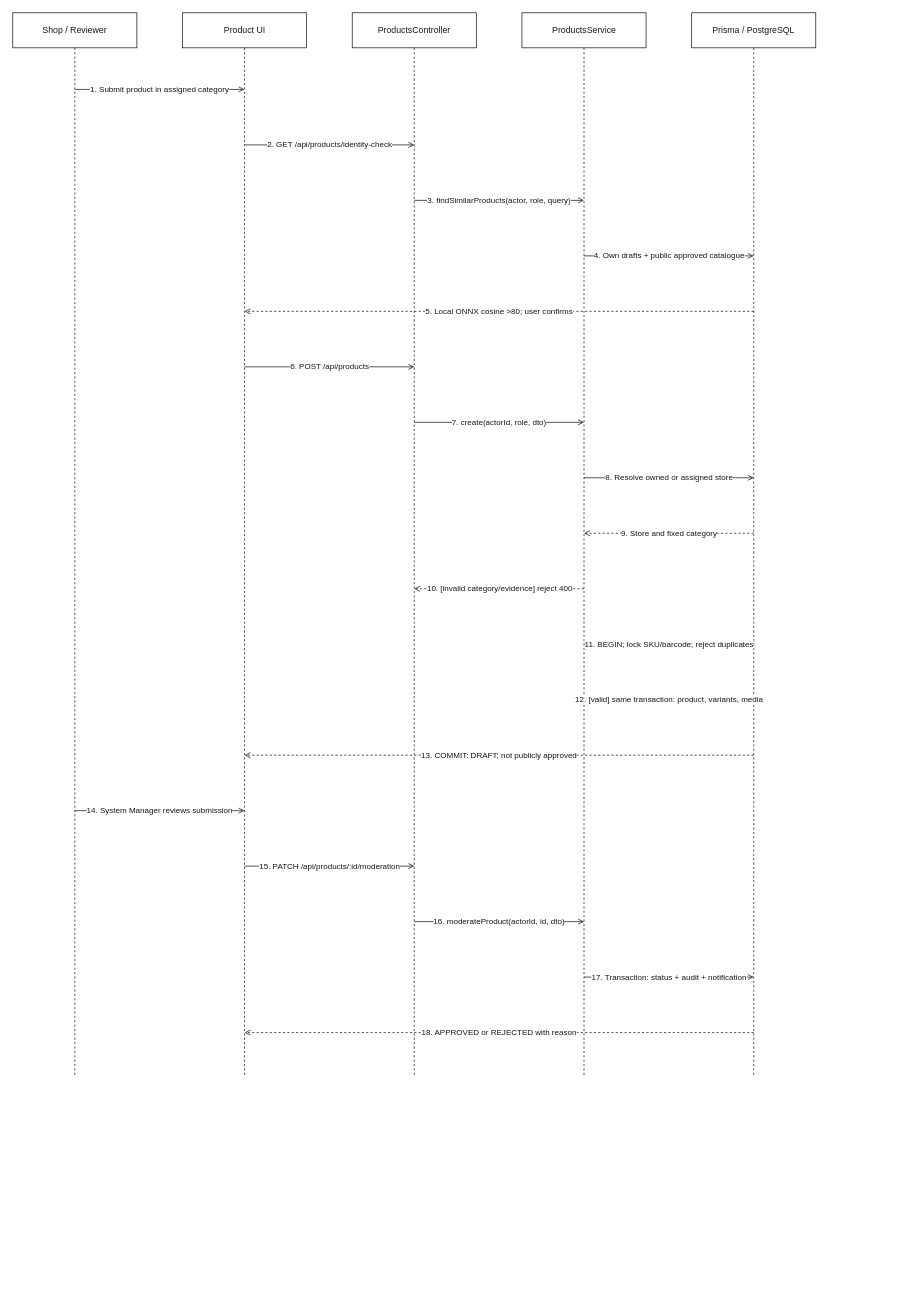
This is page "Product Submission and Moderation" (1 of 5) of docs/thinh-flow-2-3/diagrams/Sequence-Diagram.drawio from thang-nt25/SCANMS-project-capstone-fall26, a draw.io file, before an edit. Source tidied: cells renumbered, new cells numbered last; positions are measured from the earlier drawing's top-left corner, leaving out a move shared by most shapes. Both pictures are drawn from the tidied source at 73%, with x=0, y=0 at pixel (12, 12).
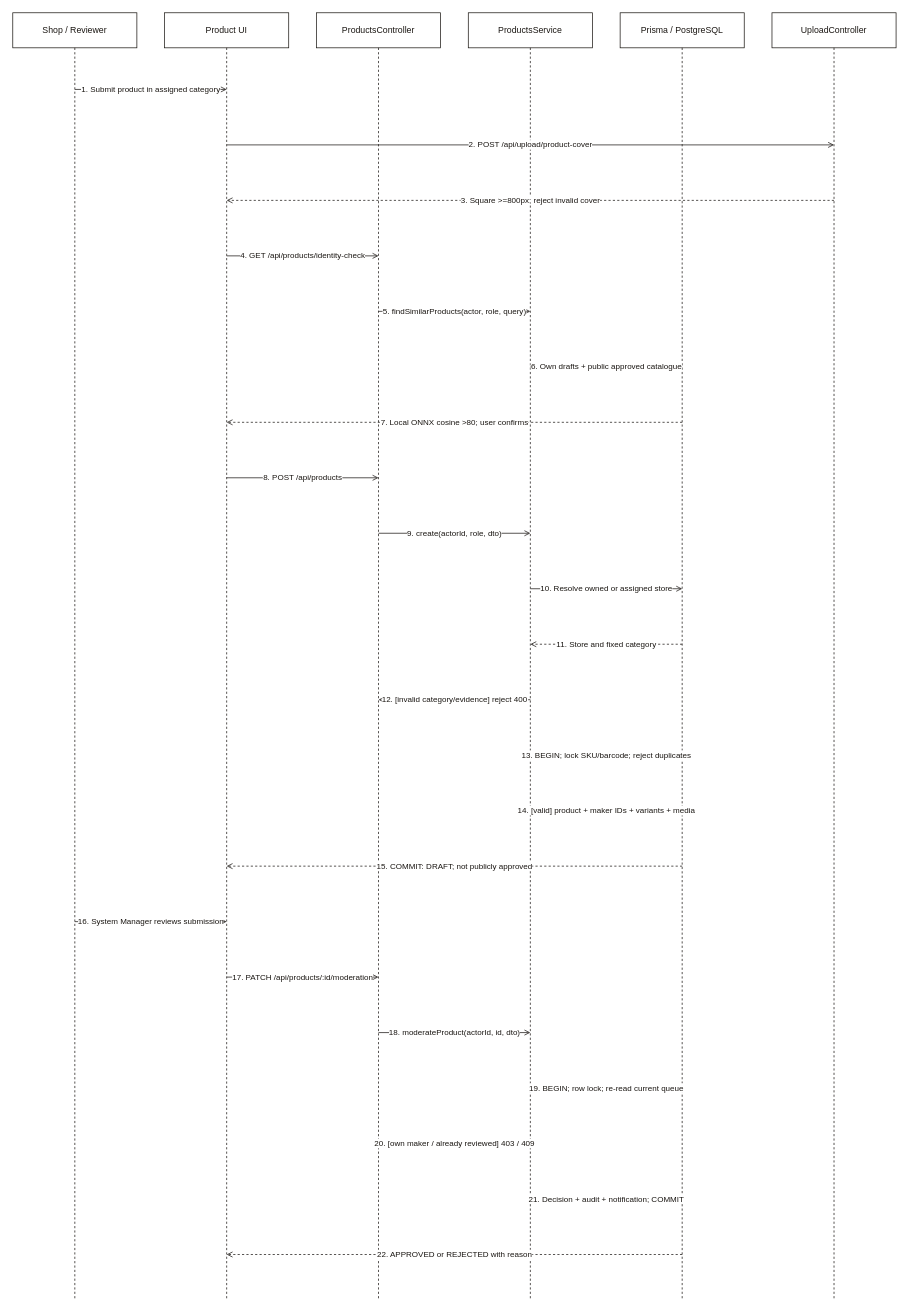
The same page after the edit.

Change to the diagram source:
```diff
@@
     <mxCell id="2" value="Shop / Reviewer" style="shape=umlLifeline;html=1;perimeter=lifelinePerimeter;whiteSpace=wrap;fillColor=#FFFFFF;strokeColor=#1A1612;fontColor=#1A1612;size=48;" parent="1" vertex="1">
-      <mxGeometry width="170" height="1458" as="geometry" />
+      <mxGeometry width="170" height="1762" as="geometry" />
     </mxCell>
     <mxCell id="3" value="Product UI" style="shape=umlLifeline;html=1;perimeter=lifelinePerimeter;whiteSpace=wrap;fillColor=#FFFFFF;strokeColor=#1A1612;fontColor=#1A1612;size=48;" parent="1" vertex="1">
-      <mxGeometry x="232.5" width="170" height="1458" as="geometry" />
+      <mxGeometry x="208" width="170" height="1762" as="geometry" />
     </mxCell>
     <mxCell id="4" value="ProductsController" style="shape=umlLifeline;html=1;perimeter=lifelinePerimeter;whiteSpace=wrap;fillColor=#FFFFFF;strokeColor=#1A1612;fontColor=#1A1612;size=48;" parent="1" vertex="1">
-      <mxGeometry x="465" width="170" height="1458" as="geometry" />
+      <mxGeometry x="416" width="170" height="1762" as="geometry" />
     </mxCell>
     <mxCell id="5" value="ProductsService" style="shape=umlLifeline;html=1;perimeter=lifelinePerimeter;whiteSpace=wrap;fillColor=#FFFFFF;strokeColor=#1A1612;fontColor=#1A1612;size=48;" parent="1" vertex="1">
-      <mxGeometry x="697.5" width="170" height="1458" as="geometry" />
+      <mxGeometry x="624" width="170" height="1762" as="geometry" />
     </mxCell>
     <mxCell id="6" value="Prisma / PostgreSQL" style="shape=umlLifeline;html=1;perimeter=lifelinePerimeter;whiteSpace=wrap;fillColor=#FFFFFF;strokeColor=#1A1612;fontColor=#1A1612;size=48;" parent="1" vertex="1">
-      <mxGeometry x="930" width="170" height="1458" as="geometry" />
+      <mxGeometry x="832" width="170" height="1762" as="geometry" />
     </mxCell>
+    <mxCell id="25" value="UploadController" style="shape=umlLifeline;html=1;perimeter=lifelinePerimeter;whiteSpace=wrap;fillColor=#FFFFFF;strokeColor=#1A1612;fontColor=#1A1612;size=48;" parent="1" vertex="1">
+      <mxGeometry x="1040" width="170" height="1762" as="geometry" />
+    </mxCell>
     <mxCell id="7" value="1. Submit product in assigned category" style="html=1;endArrow=open;strokeColor=#1A1612;fontColor=#1A1612;labelBackgroundColor=#FFFFFF;" parent="1" edge="1">
       <mxGeometry relative="1" as="geometry">
         <mxPoint x="85" y="105" as="sourcePoint" />
-        <mxPoint x="317.5" y="105" as="targetPoint" />
+        <mxPoint x="293" y="105" as="targetPoint" />
       </mxGeometry>
     </mxCell>
-    <mxCell id="8" value="2. GET /api/products/identity-check" style="html=1;endArrow=open;strokeColor=#1A1612;fontColor=#1A1612;labelBackgroundColor=#FFFFFF;" parent="1" edge="1">
+    <mxCell id="8" value="2. POST /api/upload/product-cover" style="html=1;endArrow=open;strokeColor=#1A1612;fontColor=#1A1612;labelBackgroundColor=#FFFFFF;" parent="1" edge="1">
       <mxGeometry relative="1" as="geometry">
-        <mxPoint x="317.5" y="181" as="sourcePoint" />
-        <mxPoint x="550" y="181" as="targetPoint" />
+        <mxPoint x="293" y="181" as="sourcePoint" />
+        <mxPoint x="1125" y="181" as="targetPoint" />
       </mxGeometry>
     </mxCell>
-    <mxCell id="9" value="3. findSimilarProducts(actor, role, query)" style="html=1;endArrow=open;strokeColor=#1A1612;fontColor=#1A1612;labelBackgroundColor=#FFFFFF;" parent="1" edge="1">
+    <mxCell id="9" value="3. Square &gt;=800px; reject invalid cover" style="html=1;endArrow=open;strokeColor=#1A1612;fontColor=#1A1612;labelBackgroundColor=#FFFFFF;dashed=1;" parent="1" edge="1">
       <mxGeometry relative="1" as="geometry">
-        <mxPoint x="550" y="257" as="sourcePoint" />
-        <mxPoint x="782.5" y="257" as="targetPoint" />
+        <mxPoint x="1125" y="257" as="sourcePoint" />
+        <mxPoint x="293" y="257" as="targetPoint" />
       </mxGeometry>
     </mxCell>
-    <mxCell id="10" value="4. Own drafts + public approved catalogue" style="html=1;endArrow=open;strokeColor=#1A1612;fontColor=#1A1612;labelBackgroundColor=#FFFFFF;" parent="1" edge="1">
+    <mxCell id="10" value="4. GET /api/products/identity-check" style="html=1;endArrow=open;strokeColor=#1A1612;fontColor=#1A1612;labelBackgroundColor=#FFFFFF;" parent="1" edge="1">
       <mxGeometry relative="1" as="geometry">
-        <mxPoint x="782.5" y="333" as="sourcePoint" />
-        <mxPoint x="1015" y="333" as="targetPoint" />
+        <mxPoint x="293" y="333" as="sourcePoint" />
+        <mxPoint x="501" y="333" as="targetPoint" />
       </mxGeometry>
     </mxCell>
-    <mxCell id="11" value="5. Local ONNX cosine &gt;80; user confirms" style="html=1;endArrow=open;strokeColor=#1A1612;fontColor=#1A1612;labelBackgroundColor=#FFFFFF;dashed=1;" parent="1" edge="1">
+    <mxCell id="11" value="5. findSimilarProducts(actor, role, query)" style="html=1;endArrow=open;strokeColor=#1A1612;fontColor=#1A1612;labelBackgroundColor=#FFFFFF;" parent="1" edge="1">
       <mxGeometry relative="1" as="geometry">
-        <mxPoint x="1015" y="409" as="sourcePoint" />
-        <mxPoint x="317.5" y="409" as="targetPoint" />
+        <mxPoint x="501" y="409" as="sourcePoint" />
+        <mxPoint x="709" y="409" as="targetPoint" />
       </mxGeometry>
     </mxCell>
-    <mxCell id="12" value="6. POST /api/products" style="html=1;endArrow=open;strokeColor=#1A1612;fontColor=#1A1612;labelBackgroundColor=#FFFFFF;" parent="1" edge="1">
+    <mxCell id="12" value="6. Own drafts + public approved catalogue" style="html=1;endArrow=open;strokeColor=#1A1612;fontColor=#1A1612;labelBackgroundColor=#FFFFFF;" parent="1" edge="1">
       <mxGeometry relative="1" as="geometry">
-        <mxPoint x="317.5" y="485" as="sourcePoint" />
-        <mxPoint x="550" y="485" as="targetPoint" />
+        <mxPoint x="709" y="485" as="sourcePoint" />
+        <mxPoint x="917" y="485" as="targetPoint" />
       </mxGeometry>
     </mxCell>
-    <mxCell id="13" value="7. create(actorId, role, dto)" style="html=1;endArrow=open;strokeColor=#1A1612;fontColor=#1A1612;labelBackgroundColor=#FFFFFF;" parent="1" edge="1">
+    <mxCell id="13" value="7. Local ONNX cosine &gt;80; user confirms" style="html=1;endArrow=open;strokeColor=#1A1612;fontColor=#1A1612;labelBackgroundColor=#FFFFFF;dashed=1;" parent="1" edge="1">
       <mxGeometry relative="1" as="geometry">
-        <mxPoint x="550" y="561" as="sourcePoint" />
-        <mxPoint x="782.5" y="561" as="targetPoint" />
+        <mxPoint x="917" y="561" as="sourcePoint" />
+        <mxPoint x="293" y="561" as="targetPoint" />
       </mxGeometry>
     </mxCell>
-    <mxCell id="14" value="8. Resolve owned or assigned store" style="html=1;endArrow=open;strokeColor=#1A1612;fontColor=#1A1612;labelBackgroundColor=#FFFFFF;" parent="1" edge="1">
+    <mxCell id="14" value="8. POST /api/products" style="html=1;endArrow=open;strokeColor=#1A1612;fontColor=#1A1612;labelBackgroundColor=#FFFFFF;" parent="1" edge="1">
       <mxGeometry relative="1" as="geometry">
-        <mxPoint x="782.5" y="637" as="sourcePoint" />
-        <mxPoint x="1015" y="637" as="targetPoint" />
+        <mxPoint x="293" y="637" as="sourcePoint" />
+        <mxPoint x="501" y="637" as="targetPoint" />
       </mxGeometry>
     </mxCell>
-    <mxCell id="15" value="9. Store and fixed category" style="html=1;endArrow=open;strokeColor=#1A1612;fontColor=#1A1612;labelBackgroundColor=#FFFFFF;dashed=1;" parent="1" edge="1">
+    <mxCell id="15" value="9. create(actorId, role, dto)" style="html=1;endArrow=open;strokeColor=#1A1612;fontColor=#1A1612;labelBackgroundColor=#FFFFFF;" parent="1" edge="1">
       <mxGeometry relative="1" as="geometry">
-        <mxPoint x="1015" y="713" as="sourcePoint" />
-        <mxPoint x="782.5" y="713" as="targetPoint" />
+        <mxPoint x="501" y="713" as="sourcePoint" />
+        <mxPoint x="709" y="713" as="targetPoint" />
       </mxGeometry>
     </mxCell>
-    <mxCell id="16" value="10. [invalid category/evidence] reject 400" style="html=1;endArrow=open;strokeColor=#1A1612;fontColor=#1A1612;labelBackgroundColor=#FFFFFF;dashed=1;" parent="1" edge="1">
+    <mxCell id="16" value="10. Resolve owned or assigned store" style="html=1;endArrow=open;strokeColor=#1A1612;fontColor=#1A1612;labelBackgroundColor=#FFFFFF;" parent="1" edge="1">
       <mxGeometry relative="1" as="geometry">
-        <mxPoint x="782.5" y="789" as="sourcePoint" />
-        <mxPoint x="550" y="789" as="targetPoint" />
+        <mxPoint x="709" y="789" as="sourcePoint" />
+        <mxPoint x="917" y="789" as="targetPoint" />
       </mxGeometry>
     </mxCell>
-    <mxCell id="17" value="11. BEGIN; lock SKU/barcode; reject duplicates" style="html=1;endArrow=open;strokeColor=#1A1612;fontColor=#1A1612;labelBackgroundColor=#FFFFFF;" parent="1" edge="1">
+    <mxCell id="17" value="11. Store and fixed category" style="html=1;endArrow=open;strokeColor=#1A1612;fontColor=#1A1612;labelBackgroundColor=#FFFFFF;dashed=1;" parent="1" edge="1">
       <mxGeometry relative="1" as="geometry">
-        <mxPoint x="782.5" y="865" as="sourcePoint" />
-        <mxPoint x="1015" y="865" as="targetPoint" />
+        <mxPoint x="917" y="865" as="sourcePoint" />
+        <mxPoint x="709" y="865" as="targetPoint" />
       </mxGeometry>
     </mxCell>
-    <mxCell id="18" value="12. [valid] same transaction: product, variants, media" style="html=1;endArrow=open;strokeColor=#1A1612;fontColor=#1A1612;labelBackgroundColor=#FFFFFF;" parent="1" edge="1">
+    <mxCell id="18" value="12. [invalid category/evidence] reject 400" style="html=1;endArrow=open;strokeColor=#1A1612;fontColor=#1A1612;labelBackgroundColor=#FFFFFF;dashed=1;" parent="1" edge="1">
       <mxGeometry relative="1" as="geometry">
-        <mxPoint x="782.5" y="941" as="sourcePoint" />
-        <mxPoint x="1015" y="941" as="targetPoint" />
+        <mxPoint x="709" y="941" as="sourcePoint" />
+        <mxPoint x="501" y="941" as="targetPoint" />
       </mxGeometry>
     </mxCell>
-    <mxCell id="19" value="13. COMMIT: DRAFT; not publicly approved" style="html=1;endArrow=open;strokeColor=#1A1612;fontColor=#1A1612;labelBackgroundColor=#FFFFFF;dashed=1;" parent="1" edge="1">
+    <mxCell id="19" value="13. BEGIN; lock SKU/barcode; reject duplicates" style="html=1;endArrow=open;strokeColor=#1A1612;fontColor=#1A1612;labelBackgroundColor=#FFFFFF;" parent="1" edge="1">
       <mxGeometry relative="1" as="geometry">
-        <mxPoint x="1015" y="1017" as="sourcePoint" />
-        <mxPoint x="317.5" y="1017" as="targetPoint" />
+        <mxPoint x="709" y="1017" as="sourcePoint" />
+        <mxPoint x="917" y="1017" as="targetPoint" />
       </mxGeometry>
     </mxCell>
-    <mxCell id="20" value="14. System Manager reviews submission" style="html=1;endArrow=open;strokeColor=#1A1612;fontColor=#1A1612;labelBackgroundColor=#FFFFFF;" parent="1" edge="1">
+    <mxCell id="20" value="14. [valid] product + maker IDs + variants + media" style="html=1;endArrow=open;strokeColor=#1A1612;fontColor=#1A1612;labelBackgroundColor=#FFFFFF;" parent="1" edge="1">
       <mxGeometry relative="1" as="geometry">
-        <mxPoint x="85" y="1093" as="sourcePoint" />
-        <mxPoint x="317.5" y="1093" as="targetPoint" />
+        <mxPoint x="709" y="1093" as="sourcePoint" />
+        <mxPoint x="917" y="1093" as="targetPoint" />
       </mxGeometry>
     </mxCell>
-    <mxCell id="21" value="15. PATCH /api/products/:id/moderation" style="html=1;endArrow=open;strokeColor=#1A1612;fontColor=#1A1612;labelBackgroundColor=#FFFFFF;" parent="1" edge="1">
+    <mxCell id="21" value="15. COMMIT: DRAFT; not publicly approved" style="html=1;endArrow=open;strokeColor=#1A1612;fontColor=#1A1612;labelBackgroundColor=#FFFFFF;dashed=1;" parent="1" edge="1">
       <mxGeometry relative="1" as="geometry">
-        <mxPoint x="317.5" y="1169" as="sourcePoint" />
-        <mxPoint x="550" y="1169" as="targetPoint" />
+        <mxPoint x="917" y="1169" as="sourcePoint" />
+        <mxPoint x="293" y="1169" as="targetPoint" />
       </mxGeometry>
     </mxCell>
-    <mxCell id="22" value="16. moderateProduct(actorId, id, dto)" style="html=1;endArrow=open;strokeColor=#1A1612;fontColor=#1A1612;labelBackgroundColor=#FFFFFF;" parent="1" edge="1">
+    <mxCell id="22" value="16. System Manager reviews submission" style="html=1;endArrow=open;strokeColor=#1A1612;fontColor=#1A1612;labelBackgroundColor=#FFFFFF;" parent="1" edge="1">
       <mxGeometry relative="1" as="geometry">
-        <mxPoint x="550" y="1245" as="sourcePoint" />
-        <mxPoint x="782.5" y="1245" as="targetPoint" />
+        <mxPoint x="85" y="1245" as="sourcePoint" />
+        <mxPoint x="293" y="1245" as="targetPoint" />
       </mxGeometry>
     </mxCell>
-    <mxCell id="23" value="17. Transaction: status + audit + notification" style="html=1;endArrow=open;strokeColor=#1A1612;fontColor=#1A1612;labelBackgroundColor=#FFFFFF;" parent="1" edge="1">
+    <mxCell id="23" value="17. PATCH /api/products/:id/moderation" style="html=1;endArrow=open;strokeColor=#1A1612;fontColor=#1A1612;labelBackgroundColor=#FFFFFF;" parent="1" edge="1">
       <mxGeometry relative="1" as="geometry">
-        <mxPoint x="782.5" y="1321" as="sourcePoint" />
-        <mxPoint x="1015" y="1321" as="targetPoint" />
+        <mxPoint x="293" y="1321" as="sourcePoint" />
+        <mxPoint x="501" y="1321" as="targetPoint" />
       </mxGeometry>
     </mxCell>
-    <mxCell id="24" value="18. APPROVED or REJECTED with reason" style="html=1;endArrow=open;strokeColor=#1A1612;fontColor=#1A1612;labelBackgroundColor=#FFFFFF;dashed=1;" parent="1" edge="1">
+    <mxCell id="24" value="18. moderateProduct(actorId, id, dto)" style="html=1;endArrow=open;strokeColor=#1A1612;fontColor=#1A1612;labelBackgroundColor=#FFFFFF;" parent="1" edge="1">
       <mxGeometry relative="1" as="geometry">
-        <mxPoint x="1015" y="1397" as="sourcePoint" />
-        <mxPoint x="317.5" y="1397" as="targetPoint" />
+        <mxPoint x="501" y="1397" as="sourcePoint" />
+        <mxPoint x="709" y="1397" as="targetPoint" />
       </mxGeometry>
     </mxCell>
+    <mxCell id="26" value="19. BEGIN; row lock; re-read current queue" style="html=1;endArrow=open;strokeColor=#1A1612;fontColor=#1A1612;labelBackgroundColor=#FFFFFF;" parent="1" edge="1">
+      <mxGeometry relative="1" as="geometry">
+        <mxPoint x="709" y="1473" as="sourcePoint" />
+        <mxPoint x="917" y="1473" as="targetPoint" />
+      </mxGeometry>
+    </mxCell>
+    <mxCell id="27" value="20. [own maker / already reviewed] 403 / 409" style="html=1;endArrow=open;strokeColor=#1A1612;fontColor=#1A1612;labelBackgroundColor=#FFFFFF;dashed=1;" parent="1" edge="1">
+      <mxGeometry relative="1" as="geometry">
+        <mxPoint x="709" y="1549" as="sourcePoint" />
+        <mxPoint x="501" y="1549" as="targetPoint" />
+      </mxGeometry>
+    </mxCell>
+    <mxCell id="28" value="21. Decision + audit + notification; COMMIT" style="html=1;endArrow=open;strokeColor=#1A1612;fontColor=#1A1612;labelBackgroundColor=#FFFFFF;" parent="1" edge="1">
+      <mxGeometry relative="1" as="geometry">
+        <mxPoint x="709" y="1625" as="sourcePoint" />
+        <mxPoint x="917" y="1625" as="targetPoint" />
+      </mxGeometry>
+    </mxCell>
+    <mxCell id="29" value="22. APPROVED or REJECTED with reason" style="html=1;endArrow=open;strokeColor=#1A1612;fontColor=#1A1612;labelBackgroundColor=#FFFFFF;dashed=1;" parent="1" edge="1">
+      <mxGeometry relative="1" as="geometry">
+        <mxPoint x="917" y="1701" as="sourcePoint" />
+        <mxPoint x="293" y="1701" as="targetPoint" />
+      </mxGeometry>
+    </mxCell>
```
